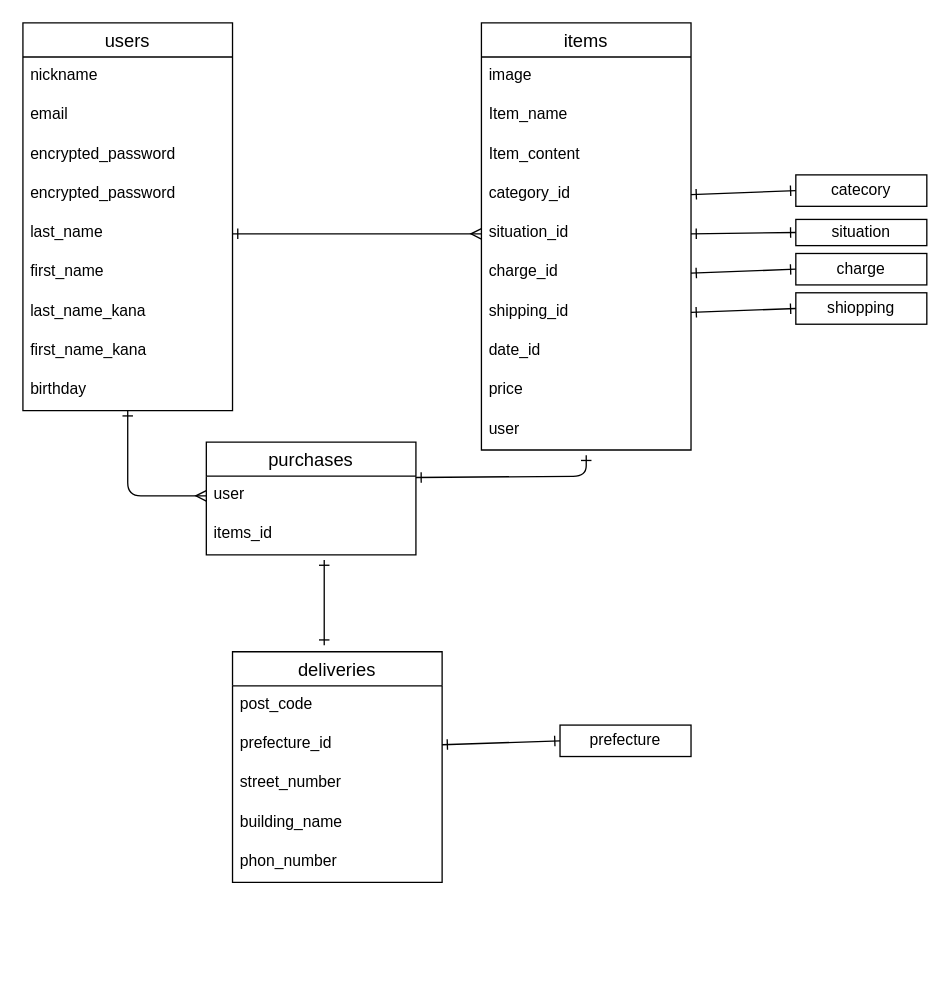
The draw.io diagram test.dio in yujimiya/furima-39790-, before the edit. Source tidied: cells renumbered, new cells numbered last; positions are measured from the earlier drawing's top-left corner, leaving out a move shared by most shapes. Both pictures are drawn from the tidied source at 131%, with x=0, y=0 at pixel (22, 22).
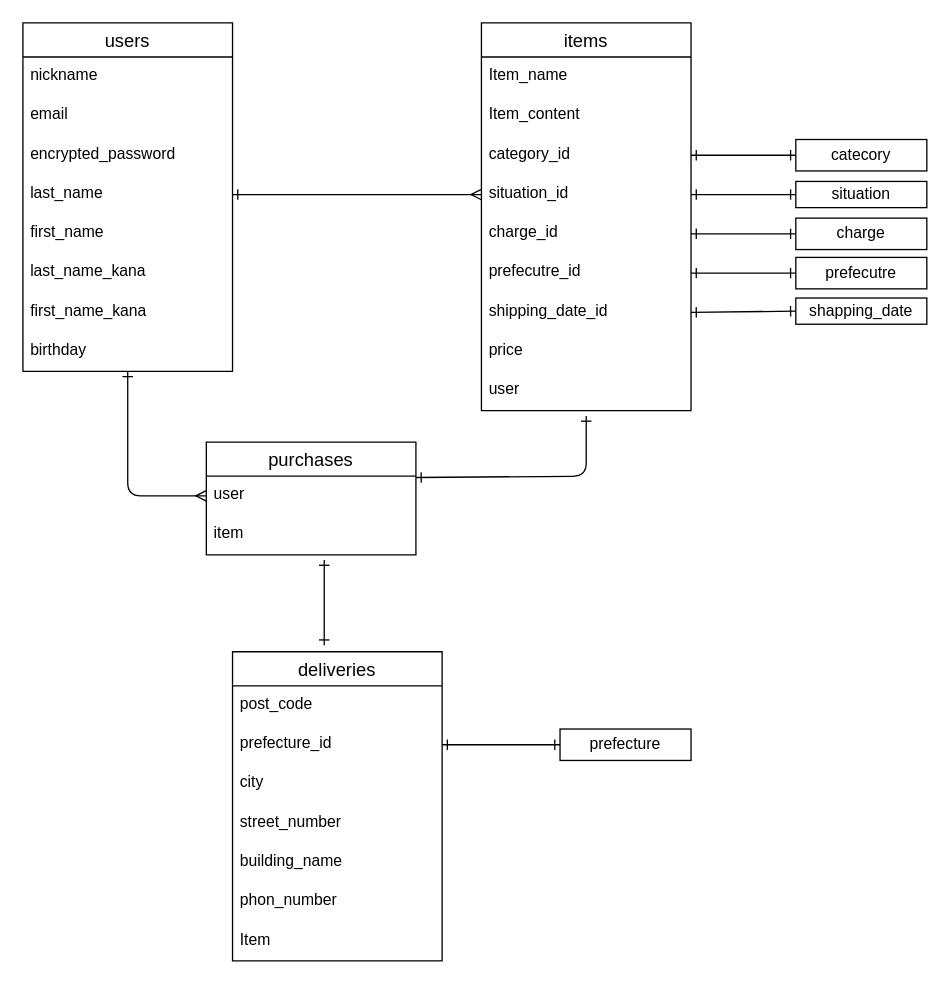
After the change.

Commit message (it also covers changes not shown here):
データベース設計修正2

Unchanged cells that the change refers to:
```xml
<mxCell id="25" value="purchases" style="swimlane;fontStyle=0;horizontal=1;startSize=26;align=center;fontSize=14;" parent="1" vertex="1">
  <mxGeometry x="140" y="320" width="160" height="86" as="geometry" />
</mxCell>
```

The edit, as a diff of the source:
```diff
@@
     <mxCell id="2" value="users" style="swimlane;fontStyle=0;horizontal=1;startSize=26;align=center;fontSize=14;" parent="1" vertex="1">
-      <mxGeometry width="160" height="296" as="geometry" />
+      <mxGeometry width="160" height="266" as="geometry" />
     </mxCell>
@@
-    <mxCell id="6" value="encrypted_password" style="text;strokeColor=none;fillColor=none;spacingLeft=4;spacingRight=4;overflow=hidden;fontSize=12;" parent="2" vertex="1">
-      <mxGeometry y="116" width="160" height="30" as="geometry" />
-    </mxCell>
     <mxCell id="7" value="last_name" style="text;strokeColor=none;fillColor=none;spacingLeft=4;spacingRight=4;overflow=hidden;points=[[0,0.5],[1,0.5]];portConstraint=eastwest;fontSize=12;" parent="2" vertex="1">
-      <mxGeometry y="146" width="160" height="30" as="geometry" />
+      <mxGeometry y="116" width="160" height="30" as="geometry" />
     </mxCell>
     <mxCell id="8" value="first_name" style="text;strokeColor=none;fillColor=none;spacingLeft=4;spacingRight=4;overflow=hidden;fontSize=12;" parent="2" vertex="1">
-      <mxGeometry y="176" width="160" height="30" as="geometry" />
+      <mxGeometry y="146" width="160" height="30" as="geometry" />
     </mxCell>
     <mxCell id="9" value="last_name_kana" style="text;strokeColor=none;fillColor=none;spacingLeft=4;spacingRight=4;overflow=hidden;fontSize=12;" parent="2" vertex="1">
-      <mxGeometry y="206" width="160" height="30" as="geometry" />
+      <mxGeometry y="176" width="160" height="30" as="geometry" />
     </mxCell>
     <mxCell id="10" value="first_name_kana" style="text;strokeColor=none;fillColor=none;spacingLeft=4;spacingRight=4;overflow=hidden;fontSize=12;" parent="2" vertex="1">
-      <mxGeometry y="236" width="160" height="30" as="geometry" />
+      <mxGeometry y="206" width="160" height="30" as="geometry" />
     </mxCell>
     <mxCell id="11" value="birthday" style="text;strokeColor=none;fillColor=none;spacingLeft=4;spacingRight=4;overflow=hidden;points=[[0,0.5],[1,0.5]];portConstraint=eastwest;fontSize=12;" parent="2" vertex="1">
-      <mxGeometry y="266" width="160" height="30" as="geometry" />
+      <mxGeometry y="236" width="160" height="30" as="geometry" />
     </mxCell>
     <mxCell id="12" value="items" style="swimlane;fontStyle=0;horizontal=1;startSize=26;align=center;fontSize=14;" parent="1" vertex="1">
-      <mxGeometry x="350" width="160" height="326" as="geometry" />
+      <mxGeometry x="350" width="160" height="296" as="geometry" />
     </mxCell>
-    <mxCell id="13" value="image" style="text;strokeColor=none;fillColor=none;spacingLeft=4;spacingRight=4;overflow=hidden;fontSize=12;" parent="12" vertex="1">
-      <mxGeometry y="26" width="160" height="30" as="geometry" />
-    </mxCell>
     <mxCell id="14" value="Item_name" style="text;strokeColor=none;fillColor=none;spacingLeft=4;spacingRight=4;overflow=hidden;fontSize=12;" parent="12" vertex="1">
-      <mxGeometry y="56" width="160" height="30" as="geometry" />
+      <mxGeometry y="26" width="160" height="30" as="geometry" />
     </mxCell>
     <mxCell id="15" value="Item_content" style="text;strokeColor=none;fillColor=none;spacingLeft=4;spacingRight=4;overflow=hidden;fontSize=12;" parent="12" vertex="1">
-      <mxGeometry y="86" width="160" height="30" as="geometry" />
+      <mxGeometry y="56" width="160" height="30" as="geometry" />
     </mxCell>
     <mxCell id="16" value="category_id" style="text;strokeColor=none;fillColor=none;spacingLeft=4;spacingRight=4;overflow=hidden;points=[[0,0.5],[1,0.5]];portConstraint=eastwest;fontSize=12;" parent="12" vertex="1">
-      <mxGeometry y="116" width="160" height="30" as="geometry" />
+      <mxGeometry y="86" width="160" height="30" as="geometry" />
     </mxCell>
     <mxCell id="17" value="situation_id" style="text;strokeColor=none;fillColor=none;spacingLeft=4;spacingRight=4;overflow=hidden;points=[[0,0.5],[1,0.5]];portConstraint=eastwest;fontSize=12;" parent="12" vertex="1">
-      <mxGeometry y="146" width="160" height="30" as="geometry" />
+      <mxGeometry y="116" width="160" height="30" as="geometry" />
     </mxCell>
     <mxCell id="18" value="charge_id" style="text;strokeColor=none;fillColor=none;spacingLeft=4;spacingRight=4;overflow=hidden;points=[[0,0.5],[1,0.5]];portConstraint=eastwest;fontSize=12;" parent="12" vertex="1">
-      <mxGeometry y="176" width="160" height="30" as="geometry" />
+      <mxGeometry y="146" width="160" height="30" as="geometry" />
     </mxCell>
-    <mxCell id="19" value="shipping_id" style="text;strokeColor=none;fillColor=none;spacingLeft=4;spacingRight=4;overflow=hidden;points=[[0,0.5],[1,0.5]];portConstraint=eastwest;fontSize=12;" parent="12" vertex="1">
-      <mxGeometry y="206" width="160" height="30" as="geometry" />
+    <mxCell id="19" value="prefecutre_id" style="text;strokeColor=none;fillColor=none;spacingLeft=4;spacingRight=4;overflow=hidden;points=[[0,0.5],[1,0.5]];portConstraint=eastwest;fontSize=12;" parent="12" vertex="1">
+      <mxGeometry y="176" width="160" height="30" as="geometry" />
     </mxCell>
-    <mxCell id="20" value="date_id" style="text;strokeColor=none;fillColor=none;spacingLeft=4;spacingRight=4;overflow=hidden;points=[[0,0.5],[1,0.5]];portConstraint=eastwest;fontSize=12;" parent="12" vertex="1">
-      <mxGeometry y="236" width="160" height="30" as="geometry" />
+    <mxCell id="20" value="shipping_date_id" style="text;strokeColor=none;fillColor=none;spacingLeft=4;spacingRight=4;overflow=hidden;points=[[0,0.5],[1,0.5]];portConstraint=eastwest;fontSize=12;" parent="12" vertex="1">
+      <mxGeometry y="206" width="160" height="30" as="geometry" />
     </mxCell>
     <mxCell id="21" value="price" style="text;strokeColor=none;fillColor=none;spacingLeft=4;spacingRight=4;overflow=hidden;fontSize=12;" parent="12" vertex="1">
-      <mxGeometry y="266" width="160" height="30" as="geometry" />
+      <mxGeometry y="236" width="160" height="30" as="geometry" />
     </mxCell>
     <mxCell id="22" value="user" style="text;strokeColor=none;fillColor=none;spacingLeft=4;spacingRight=4;overflow=hidden;fontSize=12;" parent="12" vertex="1">
-      <mxGeometry y="296" width="160" height="30" as="geometry" />
+      <mxGeometry y="266" width="160" height="30" as="geometry" />
     </mxCell>
@@
-    <mxCell id="27" value="items_id" style="text;strokeColor=none;fillColor=none;spacingLeft=4;spacingRight=4;overflow=hidden;fontSize=12;" parent="25" vertex="1">
+    <mxCell id="27" value="item" style="text;strokeColor=none;fillColor=none;spacingLeft=4;spacingRight=4;overflow=hidden;fontSize=12;" parent="25" vertex="1">
       <mxGeometry y="56" width="160" height="30" as="geometry" />
     </mxCell>
     <mxCell id="28" style="edgeStyle=none;html=1;startArrow=ERone;startFill=0;endArrow=ERone;endFill=0;entryX=1;entryY=0.5;entryDx=0;entryDy=0;" parent="1" edge="1">
       <mxGeometry relative="1" as="geometry">
-        <mxPoint x="430" y="330" as="sourcePoint" />
+        <mxPoint x="430" y="300" as="sourcePoint" />
         <mxPoint x="300" y="347" as="targetPoint" />
         <Array as="points">
           <mxPoint x="430" y="346" />
         </Array>
       </mxGeometry>
     </mxCell>
@@
     <mxCell id="30" value="deliveries" style="swimlane;fontStyle=0;horizontal=1;startSize=26;align=center;fontSize=14;" parent="1" vertex="1">
-      <mxGeometry x="160" y="480" width="160" height="176" as="geometry" />
+      <mxGeometry x="160" y="480" width="160" height="236" as="geometry" />
     </mxCell>
@@
+    <mxCell id="46" value="city" style="text;strokeColor=none;fillColor=none;spacingLeft=4;spacingRight=4;overflow=hidden;fontSize=12;" parent="30" vertex="1">
+      <mxGeometry y="86" width="160" height="30" as="geometry" />
+    </mxCell>
     <mxCell id="33" value="street_number" style="text;strokeColor=none;fillColor=none;spacingLeft=4;spacingRight=4;overflow=hidden;fontSize=12;" parent="30" vertex="1">
-      <mxGeometry y="86" width="160" height="30" as="geometry" />
+      <mxGeometry y="116" width="160" height="30" as="geometry" />
     </mxCell>
     <mxCell id="34" value="building_name" style="text;strokeColor=none;fillColor=none;spacingLeft=4;spacingRight=4;overflow=hidden;fontSize=12;" parent="30" vertex="1">
-      <mxGeometry y="116" width="160" height="30" as="geometry" />
+      <mxGeometry y="146" width="160" height="30" as="geometry" />
     </mxCell>
     <mxCell id="35" value="phon_number" style="text;strokeColor=none;fillColor=none;spacingLeft=4;spacingRight=4;overflow=hidden;fontSize=12;" parent="30" vertex="1">
-      <mxGeometry y="146" width="160" height="30" as="geometry" />
+      <mxGeometry y="176" width="160" height="30" as="geometry" />
     </mxCell>
+    <mxCell id="47" value="Item" style="text;strokeColor=none;fillColor=none;spacingLeft=4;spacingRight=4;overflow=hidden;fontSize=12;" parent="30" vertex="1">
+      <mxGeometry y="206" width="160" height="30" as="geometry" />
+    </mxCell>
     <mxCell id="36" value="catecory" style="whiteSpace=wrap;html=1;align=center;" parent="1" vertex="1">
-      <mxGeometry x="590" y="116" width="100" height="24" as="geometry" />
+      <mxGeometry x="590" y="89" width="100" height="24" as="geometry" />
     </mxCell>
     <mxCell id="37" value="situation" style="whiteSpace=wrap;html=1;align=center;" parent="1" vertex="1">
-      <mxGeometry x="590" y="150" width="100" height="20" as="geometry" />
+      <mxGeometry x="590" y="121" width="100" height="20" as="geometry" />
     </mxCell>
     <mxCell id="38" value="charge" style="whiteSpace=wrap;html=1;align=center;" parent="1" vertex="1">
-      <mxGeometry x="590" y="176" width="100" height="24" as="geometry" />
+      <mxGeometry x="590" y="149" width="100" height="24" as="geometry" />
     </mxCell>
-    <mxCell id="39" value="shiopping" style="whiteSpace=wrap;html=1;align=center;" parent="1" vertex="1">
-      <mxGeometry x="590" y="206" width="100" height="24" as="geometry" />
+    <mxCell id="39" value="&lt;span style=&quot;text-align: left;&quot;&gt;prefecutre&lt;/span&gt;" style="whiteSpace=wrap;html=1;align=center;" parent="1" vertex="1">
+      <mxGeometry x="590" y="179" width="100" height="24" as="geometry" />
     </mxCell>
@@
     <mxCell id="44" value="prefecture" style="whiteSpace=wrap;html=1;align=center;" parent="1" vertex="1">
-      <mxGeometry x="410" y="536" width="100" height="24" as="geometry" />
+      <mxGeometry x="410" y="539" width="100" height="24" as="geometry" />
     </mxCell>
@@
+    <mxCell id="48" value="shapping_date" style="whiteSpace=wrap;html=1;align=center;" parent="1" vertex="1">
+      <mxGeometry x="590" y="210" width="100" height="20" as="geometry" />
+    </mxCell>
+    <mxCell id="49" style="edgeStyle=none;html=1;exitX=1;exitY=0.5;exitDx=0;exitDy=0;entryX=0;entryY=0.5;entryDx=0;entryDy=0;startArrow=ERone;startFill=0;endArrow=ERone;endFill=0;" parent="1" edge="1" source="20" target="48">
+      <mxGeometry relative="1" as="geometry" />
+    </mxCell>
```
